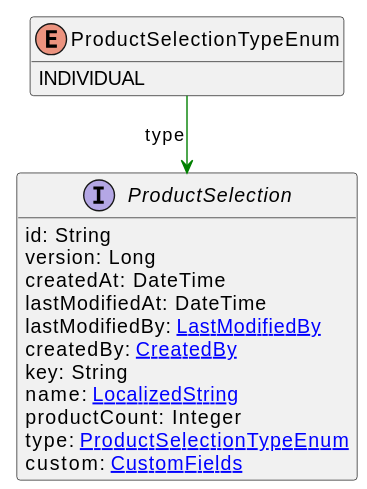
The PlantUML diagram uml/api/svg/ProductSelectionTypeEnum.svg in commercetools/commercetools-api-reference, before a commit.
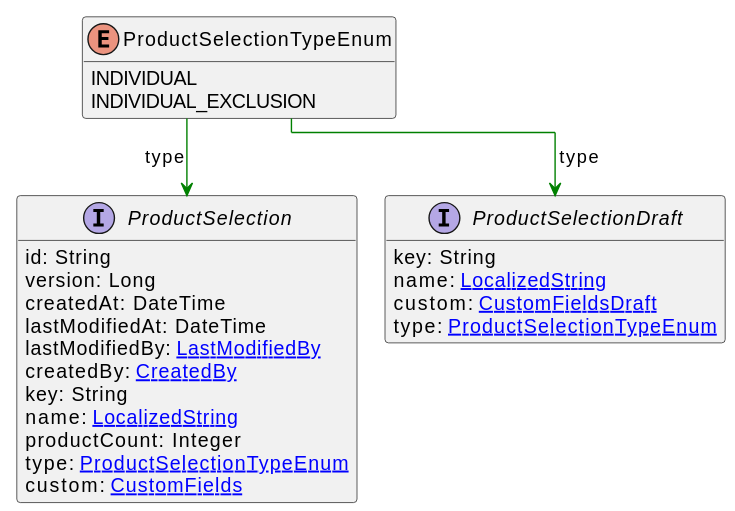
Later version of the same file.

The edit, as a diff of the source:
```diff
@@ -3,6 +3,7 @@
 hide methods
 enum ProductSelectionTypeEnum {
     INDIVIDUAL
+    INDIVIDUAL_EXCLUSION
 }
 interface ProductSelection [[ProductSelection.svg]]  {
     id: String
@@ -17,5 +18,12 @@
     type: [[ProductSelectionTypeEnum.svg ProductSelectionTypeEnum]]
     custom: [[CustomFields.svg CustomFields]]
 }
+interface ProductSelectionDraft [[ProductSelectionDraft.svg]]  {
+    key: String
+    name: [[LocalizedString.svg LocalizedString]]
+    custom: [[CustomFieldsDraft.svg CustomFieldsDraft]]
+    type: [[ProductSelectionTypeEnum.svg ProductSelectionTypeEnum]]
+}
 ProductSelectionTypeEnum --> ProductSelection #green;text:green : "type"
+ProductSelectionTypeEnum --> ProductSelectionDraft #green;text:green : "type"
 @enduml
```
